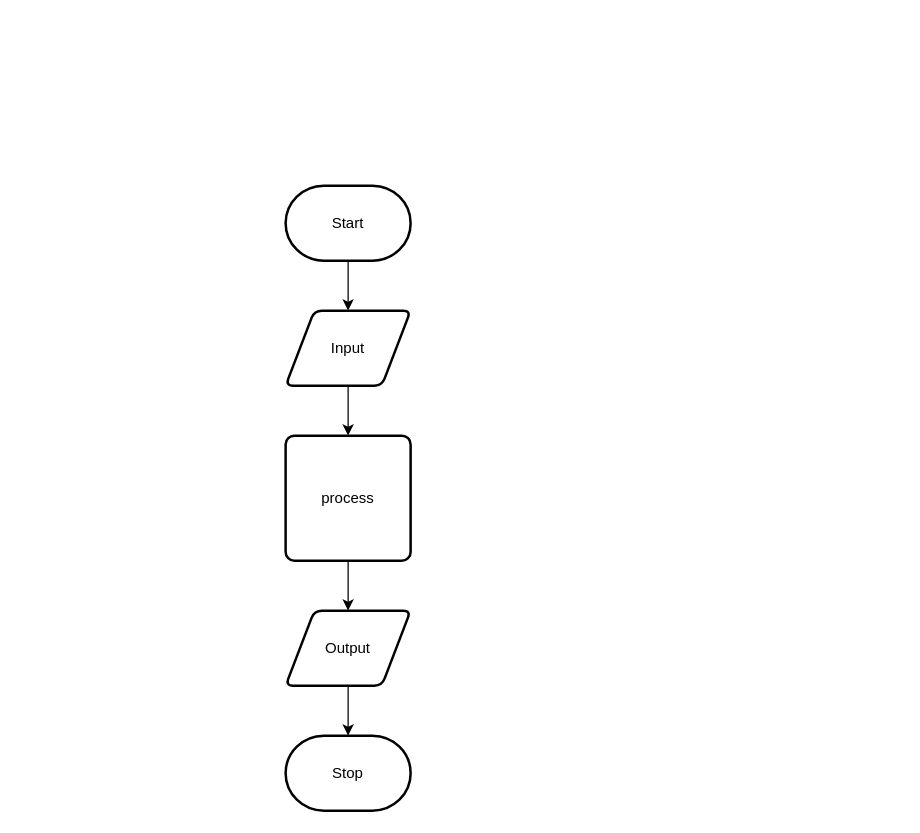
The draw.io diagram design/flow-chart.drawio in Emmanuel-Fofeyin/ICS2O-Unit5-03-HTML, before the edit. Source tidied: cells renumbered, new cells numbered last; positions are measured from the earlier drawing's top-left corner, leaving out a move shared by most shapes. Both pictures are drawn from the tidied source at 125%, with x=0, y=0 at pixel (285, 185).
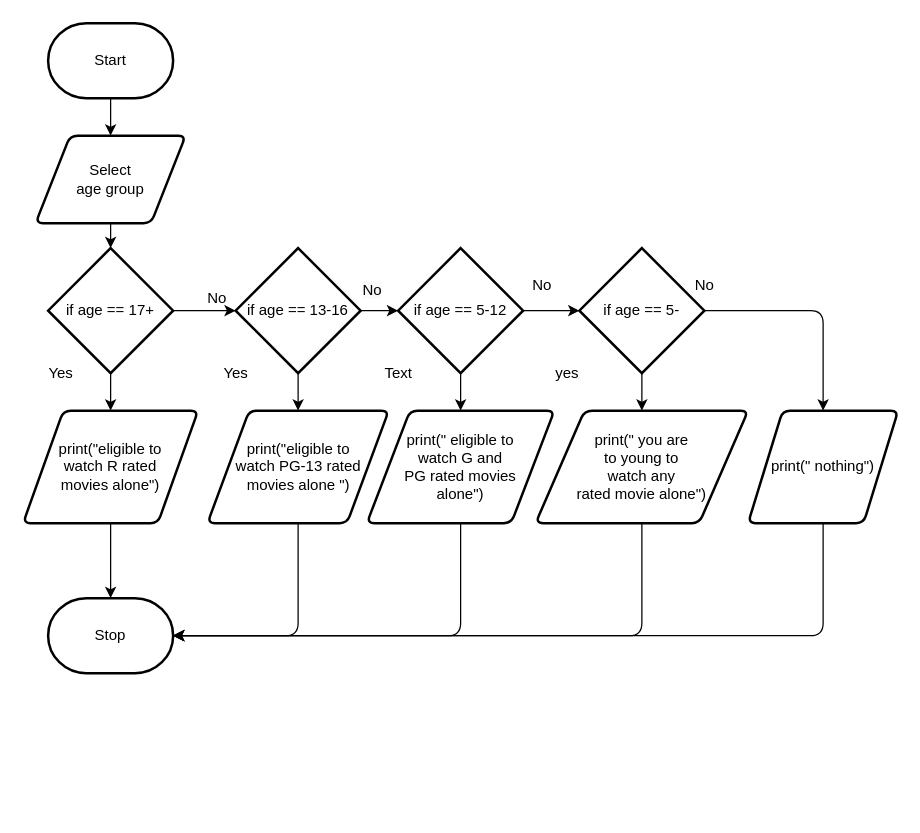
The same diagram, later.

Diff of the diagram source:
```diff
@@
-    <mxCell id="2" style="edgeStyle=none;html=1;" parent="1" edge="1" source="3" target="5">
+    <mxCell id="2" style="edgeStyle=none;html=1;entryX=0.5;entryY=0;entryDx=0;entryDy=0;" parent="1" edge="1" source="3" target="5">
       <mxGeometry relative="1" as="geometry" />
     </mxCell>
     <mxCell id="3" value="Start" style="strokeWidth=2;html=1;shape=mxgraph.flowchart.terminator;whiteSpace=wrap;" parent="1" vertex="1">
-      <mxGeometry width="100" height="60" as="geometry" />
+      <mxGeometry x="-190" y="-130" width="100" height="60" as="geometry" />
     </mxCell>
-    <mxCell id="4" style="edgeStyle=none;html=1;" parent="1" edge="1" source="5" target="7">
+    <mxCell id="4" style="edgeStyle=none;html=1;entryX=0.5;entryY=0;entryDx=0;entryDy=0;entryPerimeter=0;" parent="1" edge="1" source="5" target="13">
       <mxGeometry relative="1" as="geometry" />
     </mxCell>
-    <mxCell id="5" value="Input" style="shape=parallelogram;html=1;strokeWidth=2;perimeter=parallelogramPerimeter;whiteSpace=wrap;rounded=1;arcSize=12;size=0.23;" parent="1" vertex="1">
-      <mxGeometry y="100" width="100" height="60" as="geometry" />
+    <mxCell id="5" value="Select &lt;br&gt;age group" style="shape=parallelogram;html=1;strokeWidth=2;perimeter=parallelogramPerimeter;whiteSpace=wrap;rounded=1;arcSize=12;size=0.23;" parent="1" vertex="1">
+      <mxGeometry x="-200" y="-40" width="120" height="70" as="geometry" />
     </mxCell>
-    <mxCell id="6" style="edgeStyle=none;html=1;" parent="1" edge="1" source="7" target="9">
-      <mxGeometry relative="1" as="geometry" />
-    </mxCell>
-    <mxCell id="7" value="process" style="rounded=1;whiteSpace=wrap;html=1;absoluteArcSize=1;arcSize=14;strokeWidth=2;" parent="1" vertex="1">
-      <mxGeometry y="200" width="100" height="100" as="geometry" />
-    </mxCell>
-    <mxCell id="8" style="edgeStyle=none;html=1;" parent="1" edge="1" source="9" target="10">
+    <mxCell id="8" style="edgeStyle=none;html=1;exitX=0.5;exitY=1;exitDx=0;exitDy=0;entryX=0.5;entryY=0;entryDx=0;entryDy=0;entryPerimeter=0;" parent="1" edge="1" source="9" target="10">
       <mxGeometry relative="1" as="geometry" />
     </mxCell>
-    <mxCell id="9" value="Output" style="shape=parallelogram;html=1;strokeWidth=2;perimeter=parallelogramPerimeter;whiteSpace=wrap;rounded=1;arcSize=12;size=0.23;" parent="1" vertex="1">
-      <mxGeometry y="340" width="100" height="60" as="geometry" />
+    <mxCell id="9" value="print(&quot;eligible to &lt;br&gt;watch R rated &lt;br&gt;movies alone&quot;)" style="shape=parallelogram;html=1;strokeWidth=2;perimeter=parallelogramPerimeter;whiteSpace=wrap;rounded=1;arcSize=12;size=0.23;" parent="1" vertex="1">
+      <mxGeometry x="-210" y="180" width="140" height="90" as="geometry" />
     </mxCell>
     <mxCell id="10" value="Stop" style="strokeWidth=2;html=1;shape=mxgraph.flowchart.terminator;whiteSpace=wrap;" parent="1" vertex="1">
-      <mxGeometry y="440" width="100" height="60" as="geometry" />
+      <mxGeometry x="-190" y="330" width="100" height="60" as="geometry" />
     </mxCell>
+    <mxCell id="11" style="edgeStyle=none;html=1;exitX=1;exitY=0.5;exitDx=0;exitDy=0;exitPerimeter=0;entryX=0;entryY=0.5;entryDx=0;entryDy=0;entryPerimeter=0;" parent="1" edge="1" source="13" target="16">
+      <mxGeometry relative="1" as="geometry" />
+    </mxCell>
+    <mxCell id="12" style="edgeStyle=none;html=1;exitX=0.5;exitY=1;exitDx=0;exitDy=0;exitPerimeter=0;entryX=0.5;entryY=0;entryDx=0;entryDy=0;" parent="1" edge="1" source="13" target="9">
+      <mxGeometry relative="1" as="geometry" />
+    </mxCell>
+    <mxCell id="13" value="if age == 17+" style="strokeWidth=2;html=1;shape=mxgraph.flowchart.decision;whiteSpace=wrap;" parent="1" vertex="1">
+      <mxGeometry x="-190" y="50" width="100" height="100" as="geometry" />
+    </mxCell>
+    <mxCell id="14" style="edgeStyle=none;html=1;exitX=1;exitY=0.5;exitDx=0;exitDy=0;exitPerimeter=0;entryX=0;entryY=0.5;entryDx=0;entryDy=0;entryPerimeter=0;" parent="1" edge="1" source="16" target="19">
+      <mxGeometry relative="1" as="geometry" />
+    </mxCell>
+    <mxCell id="15" style="edgeStyle=none;html=1;exitX=0.5;exitY=1;exitDx=0;exitDy=0;exitPerimeter=0;entryX=0.5;entryY=0;entryDx=0;entryDy=0;" parent="1" edge="1" source="16" target="22">
+      <mxGeometry relative="1" as="geometry" />
+    </mxCell>
+    <mxCell id="16" value="if age == 13-16" style="strokeWidth=2;html=1;shape=mxgraph.flowchart.decision;whiteSpace=wrap;" parent="1" vertex="1">
+      <mxGeometry x="-40" y="50" width="100" height="100" as="geometry" />
+    </mxCell>
+    <mxCell id="17" style="edgeStyle=none;html=1;exitX=1;exitY=0.5;exitDx=0;exitDy=0;exitPerimeter=0;" parent="1" edge="1" source="19" target="21">
+      <mxGeometry relative="1" as="geometry" />
+    </mxCell>
+    <mxCell id="18" style="edgeStyle=none;html=1;exitX=0.5;exitY=1;exitDx=0;exitDy=0;exitPerimeter=0;entryX=0.5;entryY=0;entryDx=0;entryDy=0;" parent="1" edge="1" source="19" target="23">
+      <mxGeometry relative="1" as="geometry" />
+    </mxCell>
+    <mxCell id="19" value="if age == 5-12" style="strokeWidth=2;html=1;shape=mxgraph.flowchart.decision;whiteSpace=wrap;" parent="1" vertex="1">
+      <mxGeometry x="90" y="50" width="100" height="100" as="geometry" />
+    </mxCell>
+    <mxCell id="20" style="edgeStyle=none;html=1;exitX=0.5;exitY=1;exitDx=0;exitDy=0;exitPerimeter=0;entryX=0.5;entryY=0;entryDx=0;entryDy=0;" parent="1" edge="1" source="21" target="24">
+      <mxGeometry relative="1" as="geometry" />
+    </mxCell>
+    <mxCell id="21" value="if age == 5-" style="strokeWidth=2;html=1;shape=mxgraph.flowchart.decision;whiteSpace=wrap;" parent="1" vertex="1">
+      <mxGeometry x="235" y="50" width="100" height="100" as="geometry" />
+    </mxCell>
+    <mxCell id="22" value="&lt;span&gt;print(&quot;eligible to &lt;br&gt;watch PG-13 rated &lt;br&gt;movies alone &quot;)&lt;/span&gt;" style="shape=parallelogram;html=1;strokeWidth=2;perimeter=parallelogramPerimeter;whiteSpace=wrap;rounded=1;arcSize=12;size=0.23;" parent="1" vertex="1">
+      <mxGeometry x="-62.5" y="180" width="145" height="90" as="geometry" />
+    </mxCell>
+    <mxCell id="23" value="&lt;span&gt;print(&quot; eligible to &lt;br&gt;watch G and&lt;br&gt;PG rated movies&lt;br&gt;alone&quot;)&lt;/span&gt;" style="shape=parallelogram;html=1;strokeWidth=2;perimeter=parallelogramPerimeter;whiteSpace=wrap;rounded=1;arcSize=12;size=0.23;" parent="1" vertex="1">
+      <mxGeometry x="65" y="180" width="150" height="90" as="geometry" />
+    </mxCell>
+    <mxCell id="24" value="&lt;span&gt;print(&quot; you are &lt;br&gt;to young to &lt;br&gt;watch any &lt;br&gt;rated movie alone&quot;)&lt;/span&gt;" style="shape=parallelogram;html=1;strokeWidth=2;perimeter=parallelogramPerimeter;whiteSpace=wrap;rounded=1;arcSize=12;size=0.23;" parent="1" vertex="1">
+      <mxGeometry x="200" y="180" width="170" height="90" as="geometry" />
+    </mxCell>
+    <mxCell id="25" value="&lt;span&gt;print(&quot; nothing&quot;)&lt;/span&gt;" style="shape=parallelogram;html=1;strokeWidth=2;perimeter=parallelogramPerimeter;whiteSpace=wrap;rounded=1;arcSize=12;size=0.23;" parent="1" vertex="1">
+      <mxGeometry x="370" y="180" width="120" height="90" as="geometry" />
+    </mxCell>
+    <mxCell id="26" style="edgeStyle=segmentEdgeStyle;endArrow=classic;html=1;exitX=0.5;exitY=1;exitDx=0;exitDy=0;entryX=1;entryY=0.5;entryDx=0;entryDy=0;entryPerimeter=0;" parent="1" edge="1" source="22" target="10">
+      <mxGeometry relative="1" as="geometry">
+        <Array as="points">
+          <mxPoint x="10" y="360" />
+        </Array>
+      </mxGeometry>
+    </mxCell>
+    <mxCell id="27" style="edgeStyle=segmentEdgeStyle;endArrow=classic;html=1;exitX=0.5;exitY=1;exitDx=0;exitDy=0;entryX=1;entryY=0.5;entryDx=0;entryDy=0;entryPerimeter=0;" parent="1" edge="1" source="23" target="10">
+      <mxGeometry relative="1" as="geometry">
+        <Array as="points">
+          <mxPoint x="140" y="360" />
+        </Array>
+      </mxGeometry>
+    </mxCell>
+    <mxCell id="28" style="edgeStyle=segmentEdgeStyle;endArrow=classic;html=1;exitX=0.5;exitY=1;exitDx=0;exitDy=0;entryX=1;entryY=0.5;entryDx=0;entryDy=0;entryPerimeter=0;" parent="1" edge="1" source="24" target="10">
+      <mxGeometry relative="1" as="geometry">
+        <Array as="points">
+          <mxPoint x="285" y="360" />
+        </Array>
+      </mxGeometry>
+    </mxCell>
+    <mxCell id="29" style="edgeStyle=segmentEdgeStyle;endArrow=classic;html=1;exitX=0.5;exitY=1;exitDx=0;exitDy=0;entryX=1;entryY=0.5;entryDx=0;entryDy=0;entryPerimeter=0;" parent="1" edge="1" source="25" target="10">
+      <mxGeometry relative="1" as="geometry">
+        <Array as="points">
+          <mxPoint x="430" y="360" />
+        </Array>
+      </mxGeometry>
+    </mxCell>
+    <mxCell id="30" value="No" style="text;html=1;align=center;verticalAlign=middle;strokeColor=none;fillColor=none;" parent="1" vertex="1">
+      <mxGeometry x="-70" y="80" width="30" height="20" as="geometry" />
+    </mxCell>
+    <mxCell id="31" value="&lt;span style=&quot;color: rgb(0, 0, 0); font-family: helvetica; font-size: 12px; font-style: normal; font-weight: 400; letter-spacing: normal; text-align: center; text-indent: 0px; text-transform: none; word-spacing: 0px; background-color: rgb(248, 249, 250); display: inline; float: none;&quot;&gt;No&lt;/span&gt;" style="text;whiteSpace=wrap;html=1;" parent="1" vertex="1">
+      <mxGeometry x="60" y="70" width="30" height="20" as="geometry" />
+    </mxCell>
+    <mxCell id="32" value="Yes" style="text;html=1;align=center;verticalAlign=middle;strokeColor=none;fillColor=none;" parent="1" vertex="1">
+      <mxGeometry x="-200" y="140" width="40" height="20" as="geometry" />
+    </mxCell>
+    <mxCell id="33" value="Yes" style="text;html=1;align=center;verticalAlign=middle;strokeColor=none;fillColor=none;" parent="1" vertex="1">
+      <mxGeometry x="-60" y="140" width="40" height="20" as="geometry" />
+    </mxCell>
+    <mxCell id="34" value="Text" style="text;html=1;align=center;verticalAlign=middle;strokeColor=none;fillColor=none;" parent="1" vertex="1">
+      <mxGeometry x="70" y="140" width="40" height="20" as="geometry" />
+    </mxCell>
+    <mxCell id="35" value="yes" style="text;html=1;align=center;verticalAlign=middle;strokeColor=none;fillColor=none;" parent="1" vertex="1">
+      <mxGeometry x="210" y="140" width="30" height="20" as="geometry" />
+    </mxCell>
+    <mxCell id="36" value="No" style="text;html=1;align=center;verticalAlign=middle;strokeColor=none;fillColor=none;" parent="1" vertex="1">
+      <mxGeometry x="190" y="70" width="30" height="20" as="geometry" />
+    </mxCell>
+    <mxCell id="37" value="No" style="text;html=1;align=center;verticalAlign=middle;strokeColor=none;fillColor=none;" parent="1" vertex="1">
+      <mxGeometry x="320" y="70" width="30" height="20" as="geometry" />
+    </mxCell>
+    <mxCell id="38" style="edgeStyle=segmentEdgeStyle;endArrow=classic;html=1;fontSize=11;exitX=1;exitY=0.5;exitDx=0;exitDy=0;exitPerimeter=0;entryX=0.5;entryY=0;entryDx=0;entryDy=0;" parent="1" edge="1" source="21" target="25">
+      <mxGeometry relative="1" as="geometry" />
+    </mxCell>
```
